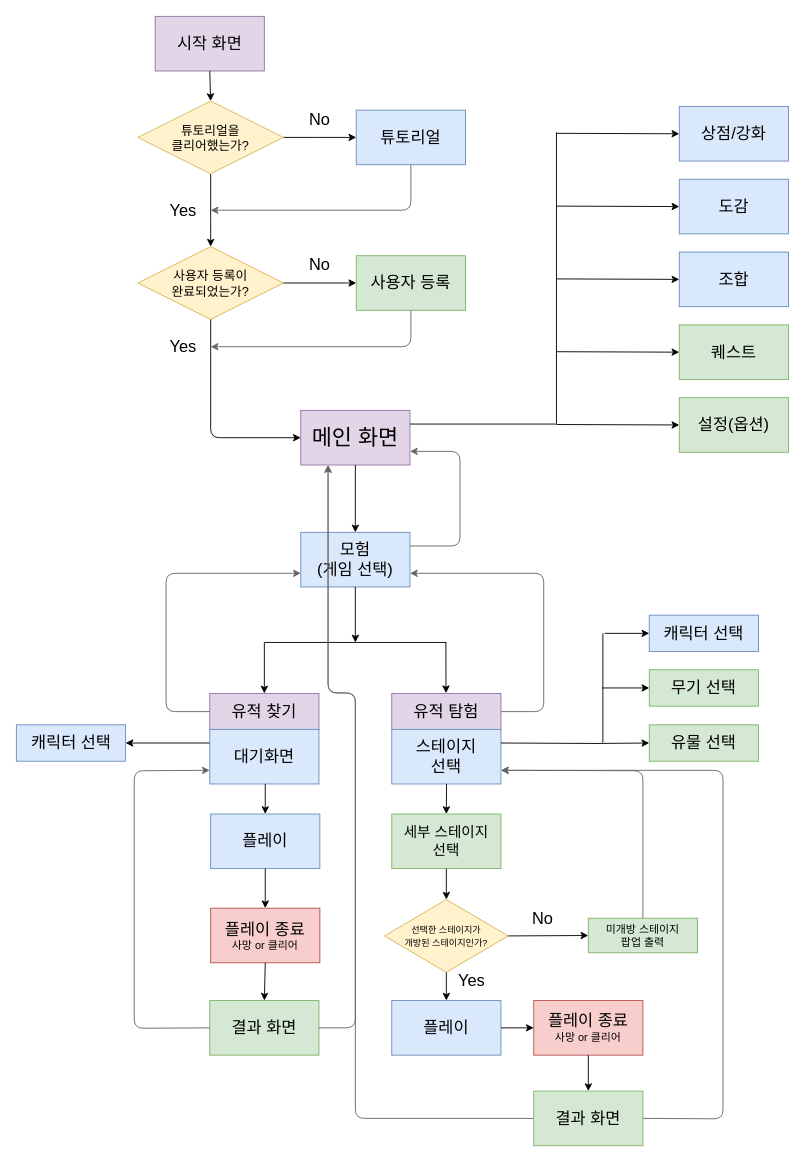
Earlier version of the draw.io diagram Untitled Diagram.drawio (dinenki71/UI). Source tidied: cells renumbered, new cells numbered last; positions are measured from the earlier drawing's top-left corner, leaving out a move shared by most shapes. Both pictures are drawn from the tidied source at 91%, with x=0, y=0 at pixel (15, 16).
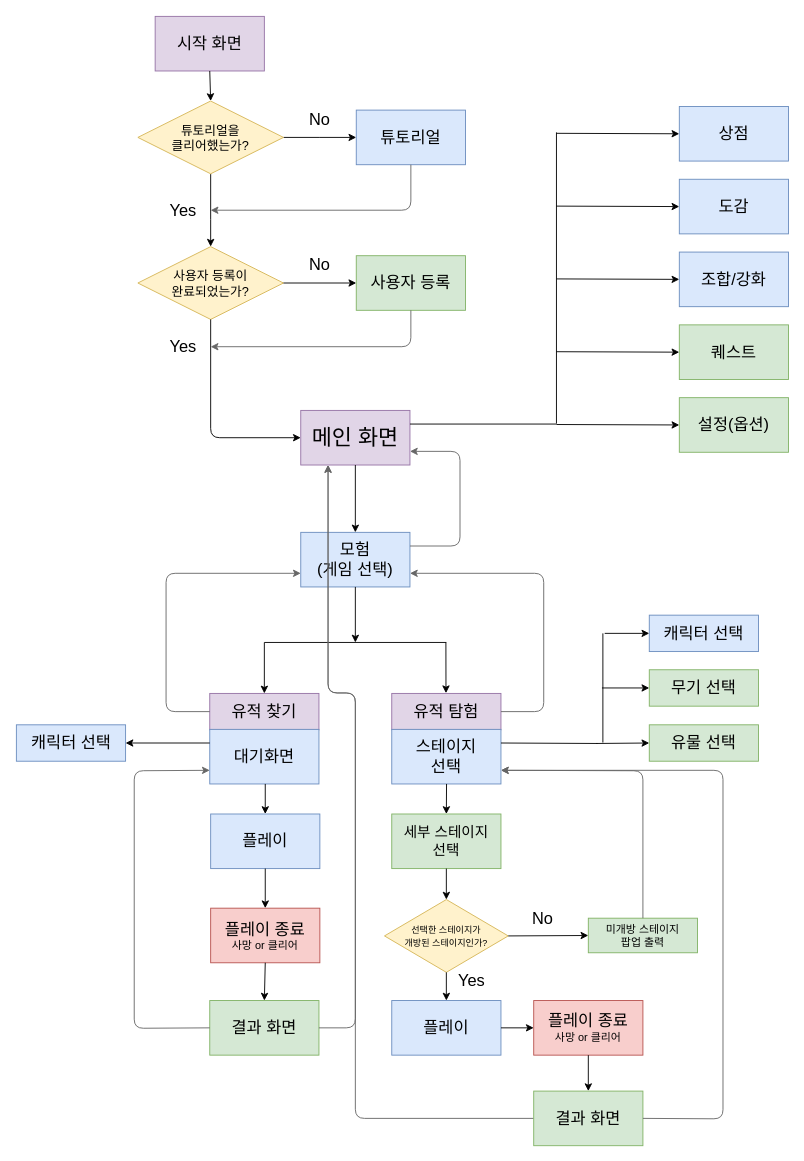
Above is the later version.

Change to the diagram source:
```diff
@@
-    <mxCell id="23" value="&lt;font style=&quot;font-size: 18px&quot;&gt;상점/강화&lt;/font&gt;" style="rounded=0;whiteSpace=wrap;html=1;fillColor=#dae8fc;strokeColor=#6c8ebf;" parent="1" vertex="1">
+    <mxCell id="23" value="&lt;font style=&quot;font-size: 18px&quot;&gt;상점&lt;/font&gt;" style="rounded=0;whiteSpace=wrap;html=1;fillColor=#dae8fc;strokeColor=#6c8ebf;" parent="1" vertex="1">
       <mxGeometry x="729" y="98.5" width="120" height="60" as="geometry" />
     </mxCell>
@@
-    <mxCell id="27" value="&lt;font style=&quot;font-size: 18px&quot;&gt;조합&lt;/font&gt;" style="rounded=0;whiteSpace=wrap;html=1;fillColor=#dae8fc;strokeColor=#6c8ebf;" parent="1" vertex="1">
+    <mxCell id="27" value="&lt;font style=&quot;font-size: 18px&quot;&gt;조합/강화&lt;/font&gt;" style="rounded=0;whiteSpace=wrap;html=1;fillColor=#dae8fc;strokeColor=#6c8ebf;" parent="1" vertex="1">
       <mxGeometry x="729" y="258.5" width="120" height="60" as="geometry" />
     </mxCell>
```
